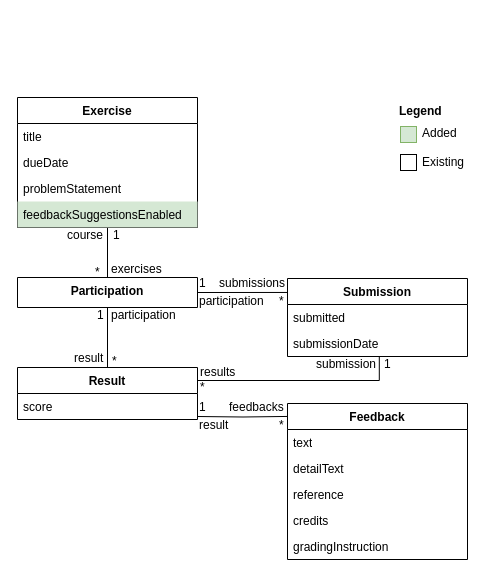
Before: page "artemis" (1 of 2) of figures/src/db-class-diagram.drawio in pal03377/master-thesis, a draw.io diagram. Source tidied: cells renumbered, new cells numbered last; positions are measured from the earlier drawing's top-left corner, leaving out a move shared by most shapes. Both pictures are drawn from the tidied source at 100%, with x=0, y=0 at pixel (17, 96).
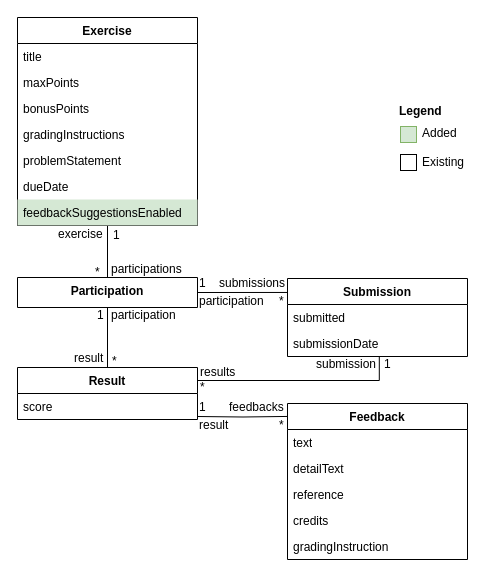
The same diagram, later.

Diff of the diagram source:
```diff
@@
     <mxCell id="3" value="Exercise" style="swimlane;fontStyle=1;align=center;verticalAlign=top;horizontal=1;startSize=26;whiteSpace=wrap;html=1;" parent="1" vertex="1">
-      <mxGeometry y="1" width="180" height="130" as="geometry" />
+      <mxGeometry y="-79" width="180" height="208" as="geometry" />
     </mxCell>
@@
+    <mxCell id="50" value="maxPoints" style="text;strokeColor=none;fillColor=none;align=left;verticalAlign=top;spacingLeft=4;spacingRight=4;overflow=hidden;whiteSpace=wrap;html=1;" parent="3" vertex="1">
+      <mxGeometry y="52" width="180" height="26" as="geometry" />
+    </mxCell>
+    <mxCell id="51" value="bonusPoints" style="text;strokeColor=none;fillColor=none;align=left;verticalAlign=top;spacingLeft=4;spacingRight=4;overflow=hidden;whiteSpace=wrap;html=1;" parent="3" vertex="1">
+      <mxGeometry y="78" width="180" height="26" as="geometry" />
+    </mxCell>
+    <mxCell id="52" value="gradingInstructions" style="text;strokeColor=none;fillColor=none;align=left;verticalAlign=top;spacingLeft=4;spacingRight=4;overflow=hidden;whiteSpace=wrap;html=1;" parent="3" vertex="1">
+      <mxGeometry y="104" width="180" height="26" as="geometry" />
+    </mxCell>
+    <mxCell id="6" value="problemStatement" style="text;strokeColor=none;fillColor=none;align=left;verticalAlign=top;spacingLeft=4;spacingRight=4;overflow=hidden;whiteSpace=wrap;html=1;" parent="3" vertex="1">
+      <mxGeometry y="130" width="180" height="26" as="geometry" />
+    </mxCell>
     <mxCell id="5" value="dueDate" style="text;strokeColor=none;fillColor=none;align=left;verticalAlign=top;spacingLeft=4;spacingRight=4;overflow=hidden;whiteSpace=wrap;html=1;" parent="3" vertex="1">
-      <mxGeometry y="52" width="180" height="26" as="geometry" />
+      <mxGeometry y="156" width="180" height="26" as="geometry" />
     </mxCell>
-    <mxCell id="6" value="problemStatement" style="text;strokeColor=none;fillColor=none;align=left;verticalAlign=top;spacingLeft=4;spacingRight=4;overflow=hidden;whiteSpace=wrap;html=1;" parent="3" vertex="1">
-      <mxGeometry y="78" width="180" height="26" as="geometry" />
-    </mxCell>
     <mxCell id="7" value="feedbackSuggestionsEnabled" style="text;strokeColor=none;fillColor=#d5e8d4;align=left;verticalAlign=top;spacingLeft=4;spacingRight=4;overflow=hidden;whiteSpace=wrap;html=1;" parent="3" vertex="1">
-      <mxGeometry y="104" width="180" height="26" as="geometry" />
+      <mxGeometry y="182" width="180" height="26" as="geometry" />
     </mxCell>
@@
-    <mxCell id="24" value="course" style="text;html=1;strokeColor=none;fillColor=none;align=left;verticalAlign=middle;whiteSpace=wrap;rounded=0;" parent="1" vertex="1">
-      <mxGeometry x="48" y="134" width="46" height="10" as="geometry" />
+    <mxCell id="24" value="exercise" style="text;html=1;strokeColor=none;fillColor=none;align=left;verticalAlign=middle;whiteSpace=wrap;rounded=0;" parent="1" vertex="1">
+      <mxGeometry x="39" y="133" width="46" height="10" as="geometry" />
     </mxCell>
@@
-    <mxCell id="27" value="exercises" style="text;html=1;strokeColor=none;fillColor=none;align=left;verticalAlign=middle;whiteSpace=wrap;rounded=0;" parent="1" vertex="1">
+    <mxCell id="27" value="participations" style="text;html=1;strokeColor=none;fillColor=none;align=left;verticalAlign=middle;whiteSpace=wrap;rounded=0;" parent="1" vertex="1">
       <mxGeometry x="92" y="168" width="58" height="10" as="geometry" />
     </mxCell>
```
